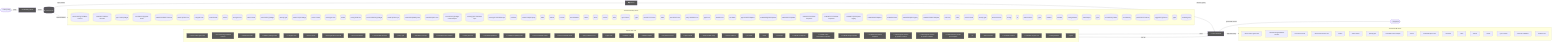
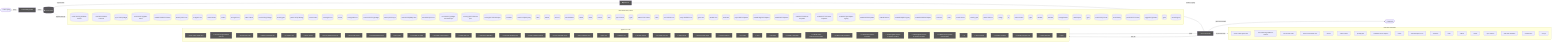
flowchart LR
  UserQ(["👤 User Query"])
  Embed["📐 Embedding Model"]
  VecDB[("📚 Vector Store")]
  Retriever["🔍 Retriever"]
  LLMNode["🧠 LLM / Generator"]
  Output(["✅ Response"])
  UserQ -->|query| Embed
  Embed -->|vector| VecDB
  VecDB -->|top-k chunks| Retriever
  Retriever -->|context + query| LLMNode
  LLMNode -->|generated answer| Output
  subgraph DetectedMemory["Detected memory stores"]
    det_detectedmemory_check_steering_feedback_contract_80134459[("check-steering-feedback-contract")]
    det_detectedmemory_normalize_workflow_contracts_8701f1c8[("normalize-workflow-contracts")]
    det_detectedmemory_sync_codex_preflight_7e7a8dc2[("sync-codex-preflight")]
    det_detectedmemory_test_harness_upgrade_matrix_84113c4e[("test-harness-upgrade-matrix")]
    det_detectedmemory_validate_workflow_contracts_33dc063c[("validate-workflow-contracts")]
    det_detectedmemory_branch_protect_core_a8feb0fd[("branch-protect-core")]
    det_detectedmemory_ci_migrate_core_7005b5af[("ci-migrate-core")]
    det_detectedmemory_context_health_80bb7da9[("context-health")]
    det_detectedmemory_context_ea7792a2[("context")]
    det_detectedmemory_docs_gate_core_eb9b6c18[("docs-gate-core")]
    det_detectedmemory_index_context_de3ed39d[("index-context")]
    det_detectedmemory_local_memory_preflight_dcc36c42[("local-memory-preflight")]
    det_detectedmemory_memory_gate_a577a506[("memory-gate")]
    det_detectedmemory_pattern_scope_siblings_43abe000[("pattern-scope-siblings")]
    det_detectedmemory_review_context_ca6cf81d[("review-context")]
    det_detectedmemory_review_gate_core_4c8001f9[("review-gate-core")]
    det_detectedmemory_search_24193290[("search")]
    det_detectedmemory_tooling_audit_core_328d6a41[("tooling-audit-core")]
    det_detectedmemory_run_local_memory_preflight_36e92808[("run-local-memory-preflight")]
    det_detectedmemory_branch_protect_sync_570adb18[("branch-protect-sync")]
    det_detectedmemory_command_capability_rules_ca3f496a[("command-capability-rules")]
    det_detectedmemory_command_specs_core_1c0ffc99[("command-specs-core")]
    det_detectedmemory_local_memory_preflight_command_spec_9e23f3ce[("local-memory-preflight-command-spec")]
    det_detectedmemory_memory_gate_command_spec_dc9001a9[("memory-gate-command-spec")]
    det_detectedmemory_review_gate_command_spec_3187376a[("review-gate-command-spec")]
    det_detectedmemory_constants_7517017f[("constants")]
    det_detectedmemory_context_compact_policy_3dcaf95d[("context-compact-policy")]
    det_detectedmemory_index_1bc04b52[("index")]
    det_detectedmemory_indexer_70fa78e5[("indexer")]
    det_detectedmemory_init_error_5c7dd49f[("init-error")]
    det_detectedmemory_lexical_fallback_723e2b3e[("lexical-fallback")]
    det_detectedmemory_ollama_76e3c7bf[("ollama")]
    det_detectedmemory_rollout_a4fa034c[("rollout")]
    det_detectedmemory_sources_878a52fc[("sources")]
    det_detectedmemory_store_824d80d7[("store")]
    det_detectedmemory_sync_contract_c79fa191[("sync-contract")]
-     det_detectedmemory_types_3_9675d69b[("types")]
+     det_detectedmemory_types_4_822d0f88[("types")]
    det_detectedmemory_harness_run_context_ac7c77a9[("harness-run-context")]
    det_detectedmemory_index_1_faebc14e[("index")]
    det_detectedmemory_json_schema_core_96d7e328[("json-schema-core")]
    det_detectedmemory_policy_validators_core_714a3fe7[("policy-validators-core")]
    det_detectedmemory_types_core_e405ddca[("types-core")]
    det_detectedmemory_validator_core_4358f8ba[("validator-core")]
    det_detectedmemory_init_modes_c05ceb07[("init-modes")]
    det_detectedmemory_project_brain_templates_7ef51530[("project-brain-templates")]
    det_detectedmemory_scaffold_diagram_templates_dd88e83c[("scaffold-diagram-templates")]
    det_detectedmemory_scaffold_doc_templates_f6152330[("scaffold-doc-templates")]
    det_detectedmemory_scaffold_environment_templates_c1ceba6a[("scaffold-environment-templates")]
    det_detectedmemory_scaffold_root_command_templates_404fed7f[("scaffold-root-command-templates")]
    det_detectedmemory_scaffold_script_template_registry_69312d4e[("scaffold-script-template-registry")]
    det_detectedmemory_scaffold_shell_templates_0ad0f915[("scaffold-shell-templates")]
    det_detectedmemory_scaffold_surfaces_12d6494e[("scaffold-surfaces")]
    det_detectedmemory_scaffold_template_registry_b1cce2aa[("scaffold-template-registry")]
    det_detectedmemory_scaffold_workflow_template_92310587[("scaffold-workflow-template")]
    det_detectedmemory_eval_seed_5699fd3e[("eval-seed")]
    det_detectedmemory_index_4_013aa0e3[("index")]
    det_detectedmemory_review_context_1_e3afed15[("review-context")]
    det_detectedmemory_memory_gate_1_265164ac[("memory-gate")]
    det_detectedmemory_branch_enforcer_acb749cd[("branch-enforcer")]
-     det_detectedmemory_cli_args_1_6144b055[("cli-args")]
-     det_detectedmemory_cli_2_10bc8a77[("cli")]
+     det_detectedmemory_cli_args_2_81c58cf7[("cli-args")]
+     det_detectedmemory_cli_3_9d90d3fe[("cli")]
    det_detectedmemory_metrics_tracker_98cec29c[("metrics-tracker")]
-     det_detectedmemory_types_10_75e5a4a0[("types")]
+     det_detectedmemory_types_11_4be3ee64[("types")]
    det_detectedmemory_validator_4_5180cf23[("validator")]
    det_detectedmemory_classifier_fe1991a9[("classifier")]
    det_detectedmemory_tooling_baseline_50ab2eeb[("tooling-baseline")]
    det_detectedmemory_claim_helpers_20dc8387[("claim-helpers")]
-     det_detectedmemory_types_14_fe7507be[("types")]
+     det_detectedmemory_types_16_0fae1112[("types")]
    det_detectedmemory_local_memory_smoke_1175abfc[("local-memory-smoke")]
    det_detectedmemory_local_memory_0db17ecc[("local-memory")]
    det_detectedmemory_performance_overload_c685bfcf[("performance-overload")]
    det_detectedmemory_suggestion_generator_0956f794[("suggestion-generator")]
-     det_detectedmemory_types_19_eb4ad5f0[("types")]
+     det_detectedmemory_types_22_f3cf4a73[("types")]
    det_detectedmemory_overload_guard_2748c559[("overload-guard")]
  end
  VecDB -. "implemented by" .-> DetectedMemory
  subgraph DetectedLLM["Detected LLM clients"]
    det_detectedllm_check_codex_agent_roles_5bb2e89b["check-codex-agent-roles"]
    det_detectedllm_check_steering_feedback_contract_80134459["check-steering-feedback-contract"]
    det_detectedllm_run_harness_evals_77704768["run-harness-evals"]
    det_detectedllm_check_environment_core_2c16213f["check-environment-core"]
    det_detectedllm_context_ea7792a2["context"]
    det_detectedllm_index_context_de3ed39d["index-context"]
    det_detectedllm_prompt_gate_c5e9d207["prompt-gate"]
    det_detectedllm_remediate_runner_helpers_929fedcc["remediate-runner-helpers"]
    det_detectedllm_search_24193290["search"]
    det_detectedllm_command_specs_core_1c0ffc99["command-specs-core"]
    det_detectedllm_constants_7517017f["constants"]
    det_detectedllm_index_1bc04b52["index"]
    det_detectedllm_indexer_70fa78e5["indexer"]
    det_detectedllm_ollama_76e3c7bf["ollama"]
    det_detectedllm_sync_contract_c79fa191["sync-contract"]
    det_detectedllm_north_star_validators_cfc926ce["north-star-validators"]
    det_detectedllm_sensitive_text_7c11f760["sensitive-text"]
+     det_detectedllm_cli_args_4_15572cd3["cli-args"]
  end
  LLMNode -. "implemented by" .-> DetectedLLM
  subgraph DetectedTools["Agentic tool calls"]
    det_detectedtools_check_codex_agent_roles_5bb2e89b["🔧 check-codex-agent-roles"]
    det_detectedtools_check_steering_feedback_contract_80134459["🔧 check-steering-feedback-contract"]
    det_detectedtools_run_harness_evals_77704768["🔧 run-harness-evals"]
    det_detectedtools_validate_packaged_skill_5e32c890["🔧 validate-packaged-skill"]
    det_detectedtools_ci_migrate_core_7005b5af["🔧 ci-migrate-core"]
    det_detectedtools_doctor_checks_5a2eb2b9["🔧 doctor-checks"]
    det_detectedtools_doctor_github_tool_checks_a53b0382["🔧 doctor-github-tool-checks"]
    det_detectedtools_doctor_tool_checks_4acac51a["🔧 doctor-tool-checks"]
    det_detectedtools_next_blocked_decisions_4140ad2b["🔧 next-blocked-decisions"]
    det_detectedtools_policy_gate_213f7313["🔧 policy-gate"]
    det_detectedtools_remediate_cli_output_cc165396["🔧 remediate-cli-output"]
    det_detectedtools_remediate_runner_helpers_929fedcc["🔧 remediate-runner-helpers"]
    det_detectedtools_review_gate_core_4c8001f9["🔧 review-gate-core"]
    det_detectedtools_command_capabilities_a4d5c71e["🔧 command-capabilities"]
    det_detectedtools_command_capability_rules_ca3f496a["🔧 command-capability-rules"]
    det_detectedtools_linear_command_actions_e430f4f4["🔧 linear-command-actions"]
    det_detectedtools_linear_command_runner_4a740dfc["🔧 linear-command-runner"]
    det_detectedtools_policy_validators_core_714a3fe7["🔧 policy-validators-core"]
    det_detectedtools_types_core_e405ddca["🔧 types-core"]
    det_detectedtools_validator_core_4358f8ba["🔧 validator-core"]
    det_detectedtools_validator_helpers_7b927667["🔧 validator-helpers"]
    det_detectedtools_he_phase_exit_core_1148895b["🔧 he-phase-exit-core"]
    det_detectedtools_ralph_runtime_73d63c0e["🔧 ralph-runtime"]
    det_detectedtools_observed_skill_usage_ed7d5930["🔧 observed-skill-usage"]
    det_detectedtools_closure_evidence_aaa31467["🔧 closure-evidence"]
    det_detectedtools_pr_creator_dc6b1ea4["🔧 pr-creator"]
    det_detectedtools_client_948fe603["🔧 client"]
    det_detectedtools_init_output_360dce91["🔧 init-output"]
    det_detectedtools_scaffold_ci_templates_2afd6392["🔧 scaffold-ci-templates"]
    det_detectedtools_scaffold_codex_environment_templates_334fbbed["🔧 scaffold-codex-environment-templates"]
    det_detectedtools_scaffold_config_templates_4b80ce53["🔧 scaffold-config-templates"]
    det_detectedtools_scaffold_environment_templates_c1ceba6a["🔧 scaffold-environment-templates"]
    det_detectedtools_scaffold_github_actions_pr_pipeline_renderer_1ee18de5["🔧 scaffold-github-actions-pr-pipeline-renderer"]
    det_detectedtools_scaffold_github_actions_pr_pipeline_template_e2b85f62["🔧 scaffold-github-actions-pr-pipeline-template"]
    det_detectedtools_scaffold_release_private_npm_template_075499f8["🔧 scaffold-release-private-npm-template"]
-     det_detectedtools_cli_2_10bc8a77["🔧 cli"]
+     det_detectedtools_cli_3_9d90d3fe["🔧 cli"]
    det_detectedtools_metrics_tracker_98cec29c["🔧 metrics-tracker"]
    det_detectedtools_normalise_renderer_85f2e563["🔧 normalise-renderer"]
    det_detectedtools_evaluation_engine_core_e054fe49["🔧 evaluation-engine-core"]
    det_detectedtools_tooling_baseline_50ab2eeb["🔧 tooling-baseline"]
-     det_detectedtools_types_21_5756f9dc["🔧 types"]
+     det_detectedtools_types_24_c63dc1a7["🔧 types"]
  end
  LLMNode -->|tool use| DetectedTools
  DetectedTools -->|result| LLMNode
  classDef memNode fill:#555,color:#fff
  class VecDB,Retriever memNode
  classDef llmNode fill:#555,color:#fff
  class LLMNode,Embed llmNode
  classDef toolNode fill:#555,color:#fff
-   class det_detectedtools_check_codex_agent_roles_5bb2e89b,det_detectedtools_check_steering_feedback_contract_80134459,det_detectedtools_run_harness_evals_77704768,det_detectedtools_validate_packaged_skill_5e32c890,det_detectedtools_ci_migrate_core_7005b5af,det_detectedtools_doctor_checks_5a2eb2b9,det_detectedtools_doctor_github_tool_checks_a53b0382,det_detectedtools_doctor_tool_checks_4acac51a,det_detectedtools_next_blocked_decisions_4140ad2b,det_detectedtools_policy_gate_213f7313,det_detectedtools_remediate_cli_output_cc165396,det_detectedtools_remediate_runner_helpers_929fedcc,det_detectedtools_review_gate_core_4c8001f9,det_detectedtools_command_capabilities_a4d5c71e,det_detectedtools_command_capability_rules_ca3f496a,det_detectedtools_linear_command_actions_e430f4f4,det_detectedtools_linear_command_runner_4a740dfc,det_detectedtools_policy_validators_core_714a3fe7,det_detectedtools_types_core_e405ddca,det_detectedtools_validator_core_4358f8ba,det_detectedtools_validator_helpers_7b927667,det_detectedtools_he_phase_exit_core_1148895b,det_detectedtools_ralph_runtime_73d63c0e,det_detectedtools_observed_skill_usage_ed7d5930,det_detectedtools_closure_evidence_aaa31467,det_detectedtools_pr_creator_dc6b1ea4,det_detectedtools_client_948fe603,det_detectedtools_init_output_360dce91,det_detectedtools_scaffold_ci_templates_2afd6392,det_detectedtools_scaffold_codex_environment_templates_334fbbed,det_detectedtools_scaffold_config_templates_4b80ce53,det_detectedtools_scaffold_environment_templates_c1ceba6a,det_detectedtools_scaffold_github_actions_pr_pipeline_renderer_1ee18de5,det_detectedtools_scaffold_github_actions_pr_pipeline_template_e2b85f62,det_detectedtools_scaffold_release_private_npm_template_075499f8,det_detectedtools_cli_2_10bc8a77,det_detectedtools_metrics_tracker_98cec29c,det_detectedtools_normalise_renderer_85f2e563,det_detectedtools_evaluation_engine_core_e054fe49,det_detectedtools_tooling_baseline_50ab2eeb,det_detectedtools_types_21_5756f9dc toolNode
+   class det_detectedtools_check_codex_agent_roles_5bb2e89b,det_detectedtools_check_steering_feedback_contract_80134459,det_detectedtools_run_harness_evals_77704768,det_detectedtools_validate_packaged_skill_5e32c890,det_detectedtools_ci_migrate_core_7005b5af,det_detectedtools_doctor_checks_5a2eb2b9,det_detectedtools_doctor_github_tool_checks_a53b0382,det_detectedtools_doctor_tool_checks_4acac51a,det_detectedtools_next_blocked_decisions_4140ad2b,det_detectedtools_policy_gate_213f7313,det_detectedtools_remediate_cli_output_cc165396,det_detectedtools_remediate_runner_helpers_929fedcc,det_detectedtools_review_gate_core_4c8001f9,det_detectedtools_command_capabilities_a4d5c71e,det_detectedtools_command_capability_rules_ca3f496a,det_detectedtools_linear_command_actions_e430f4f4,det_detectedtools_linear_command_runner_4a740dfc,det_detectedtools_policy_validators_core_714a3fe7,det_detectedtools_types_core_e405ddca,det_detectedtools_validator_core_4358f8ba,det_detectedtools_validator_helpers_7b927667,det_detectedtools_he_phase_exit_core_1148895b,det_detectedtools_ralph_runtime_73d63c0e,det_detectedtools_observed_skill_usage_ed7d5930,det_detectedtools_closure_evidence_aaa31467,det_detectedtools_pr_creator_dc6b1ea4,det_detectedtools_client_948fe603,det_detectedtools_init_output_360dce91,det_detectedtools_scaffold_ci_templates_2afd6392,det_detectedtools_scaffold_codex_environment_templates_334fbbed,det_detectedtools_scaffold_config_templates_4b80ce53,det_detectedtools_scaffold_environment_templates_c1ceba6a,det_detectedtools_scaffold_github_actions_pr_pipeline_renderer_1ee18de5,det_detectedtools_scaffold_github_actions_pr_pipeline_template_e2b85f62,det_detectedtools_scaffold_release_private_npm_template_075499f8,det_detectedtools_cli_3_9d90d3fe,det_detectedtools_metrics_tracker_98cec29c,det_detectedtools_normalise_renderer_85f2e563,det_detectedtools_evaluation_engine_core_e054fe49,det_detectedtools_tooling_baseline_50ab2eeb,det_detectedtools_types_24_c63dc1a7 toolNode
